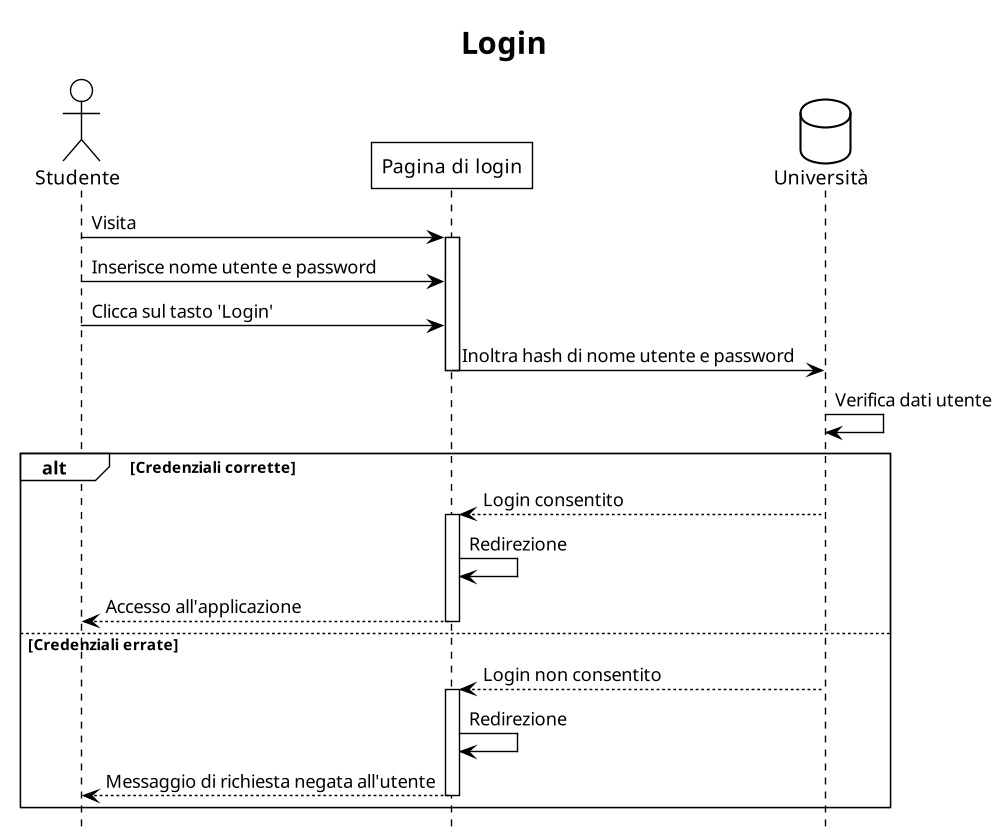
The PlantUML diagram diagrams/2.sequence_diagram/sequence_finale/login.png in tomasel/IS_Univents, before a commit.
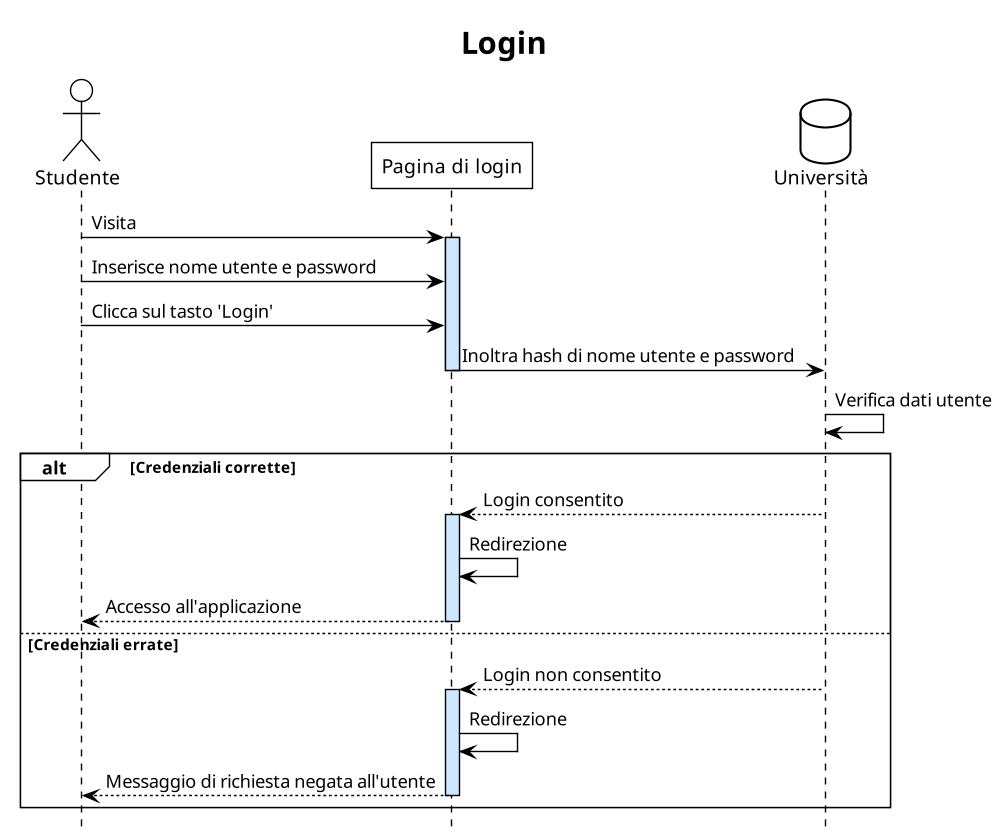
The same file after the commit.

Change to the diagram source:
```diff
@@ -11,7 +11,7 @@
 
 S -> L : Visita
 
-activate L
+activate L #CFE6FF
 
 S -> L : Inserisce nome utente e password
 S -> L : Clicca sul tasto 'Login'
@@ -20,26 +20,31 @@
 
 deactivate L
 
+
 U -> U : Verifica dati utente
 
 alt Credenziali corrette
     U --> L : Login consentito
 
-    activate L
+    activate L #CFE6FF
+
 
     L -> L : Redirezione
     L --> S : Accesso all'applicazione
 
     deactivate L
+
 else Credenziali errate
     U --> L : Login non consentito
 
-    activate L
+    activate L #CFE6FF
+
 
     L -> L : Redirezione
     L --> S : Messaggio di richiesta negata all'utente
 
     deactivate L
+
 end
 
 @enduml
```
